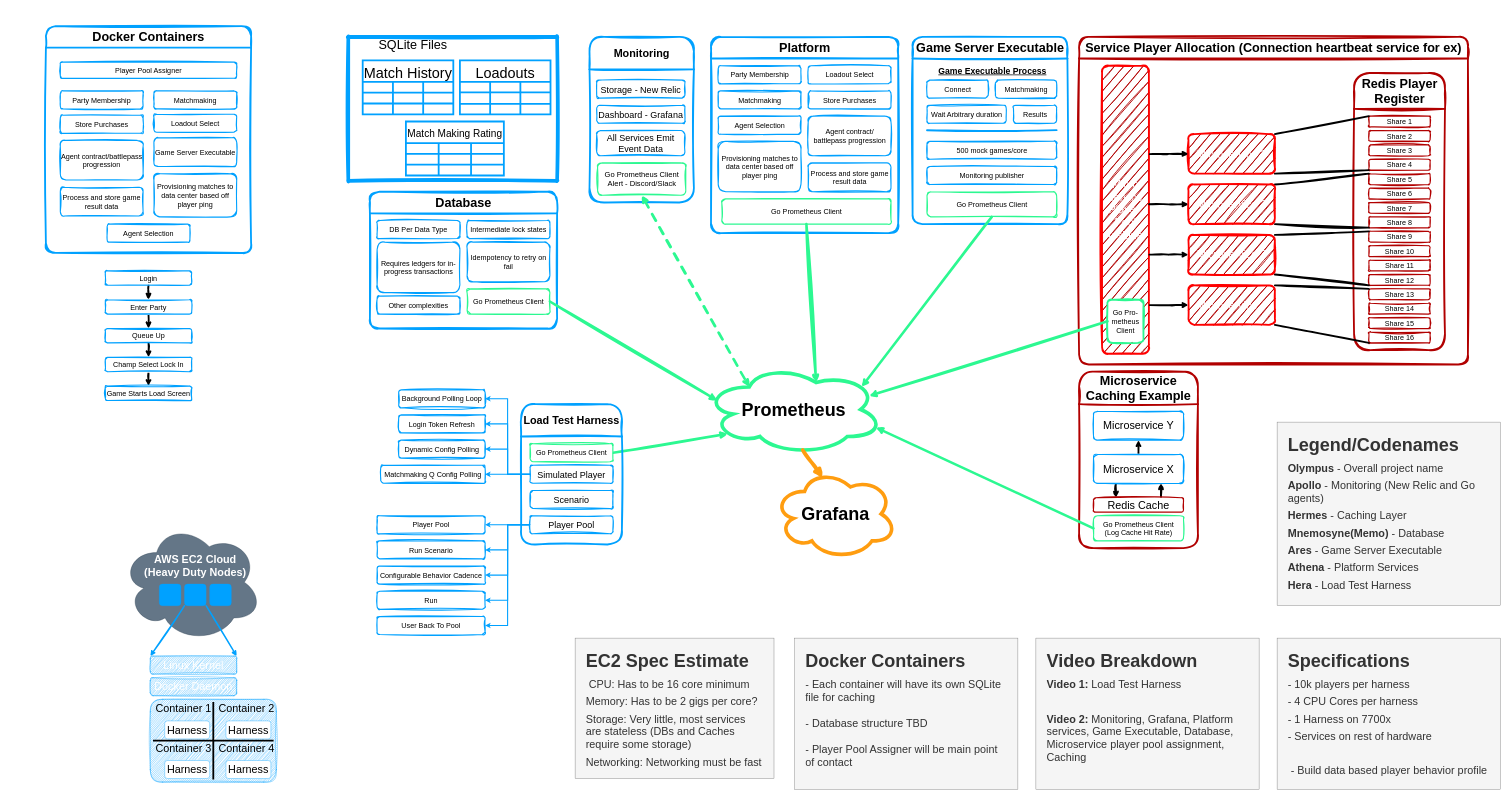
Above: page "Main Design Diagram" (2 of 5) of docs/Project Olympus.drawio in noahpop77/Olympus (draw.io), before the change. Source tidied: cells renumbered, new cells numbered last; positions are measured from the earlier drawing's top-left corner, leaving out a move shared by most shapes. Both pictures are drawn from the tidied source at 36%, with x=0, y=0 at pixel (46, 26).
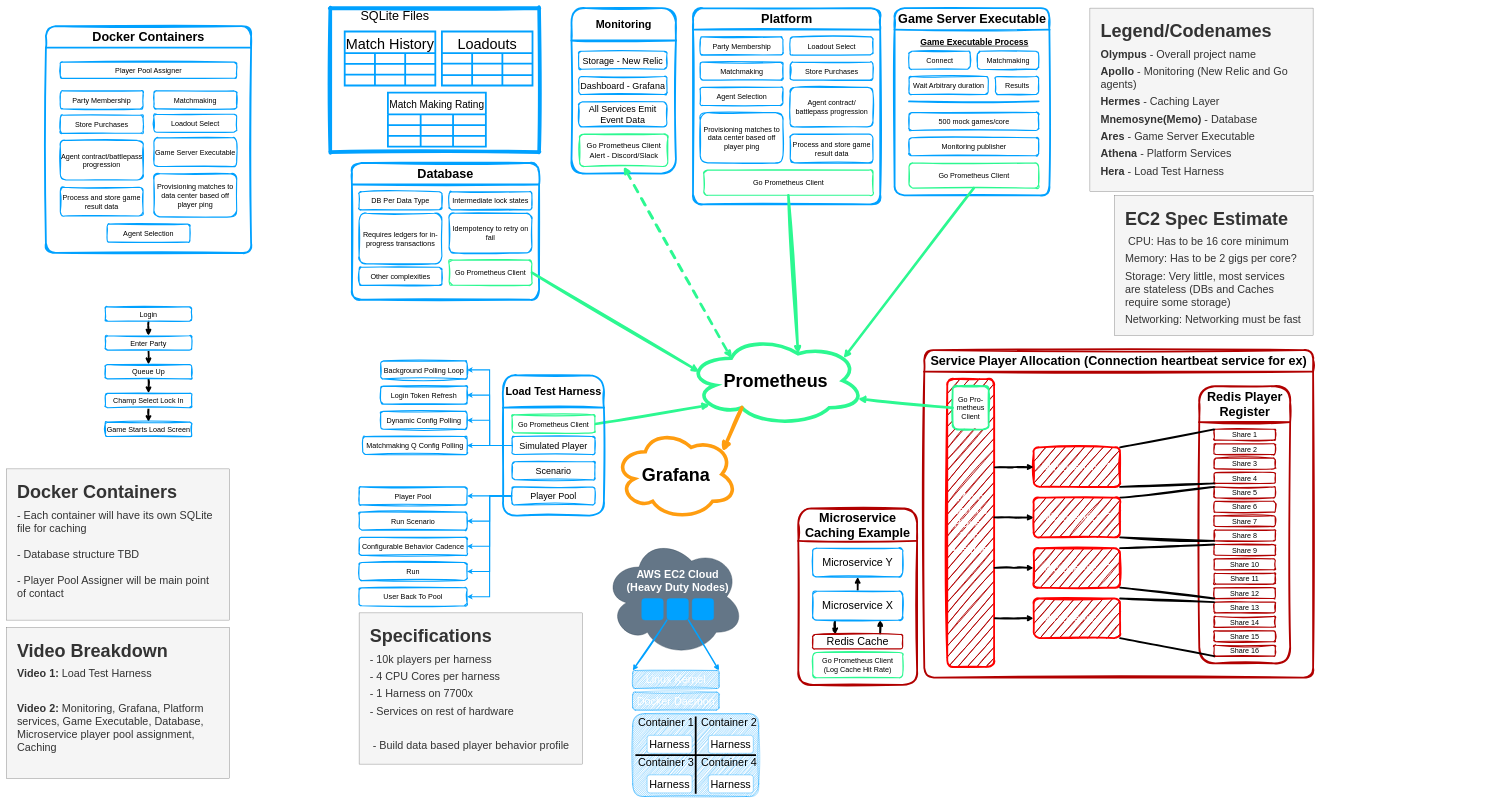
Above is the later version.

The change refers to these unchanged cells:
```xml
<mxCell id="146" value="Go Prometheus Client&lt;br&gt;&lt;div&gt;&lt;font&gt;(Log Cache Hit Rate)&lt;/font&gt;&lt;/div&gt;" style="rounded=1;whiteSpace=wrap;html=1;strokeColor=#2CF891;strokeWidth=3;sketch=1;curveFitting=1;jiggle=2;fontSize=20;" parent="139" vertex="1">
  <mxGeometry x="40" y="400" width="250" height="70" as="geometry" />
</mxCell>
```

The edit, as a diff of the source:
```diff
@@
     <mxCell id="2" value="&lt;font style=&quot;font-size: 35px;&quot;&gt;Platform&lt;/font&gt;" style="swimlane;whiteSpace=wrap;html=1;startSize=60;strokeWidth=5;strokeColor=#00A1FF;rounded=1;sketch=1;curveFitting=1;jiggle=2;" parent="1" vertex="1">
-      <mxGeometry x="1847.5" y="30" width="520" height="545" as="geometry" />
+      <mxGeometry x="1797.5" y="-50" width="520" height="545" as="geometry" />
     </mxCell>
@@
     <mxCell id="12" value="&lt;span style=&quot;font-size: 35px;&quot;&gt;Game Server Executable&lt;/span&gt;" style="swimlane;whiteSpace=wrap;html=1;startSize=60;strokeWidth=5;strokeColor=#00A1FF;rounded=1;sketch=1;curveFitting=1;jiggle=2;" parent="1" vertex="1">
-      <mxGeometry x="2407.5" y="30" width="430" height="520" as="geometry" />
+      <mxGeometry x="2357.5" y="-50" width="430" height="520" as="geometry" />
     </mxCell>
@@
     <mxCell id="22" value="&lt;font&gt;Monitoring&lt;/font&gt;" style="swimlane;whiteSpace=wrap;html=1;startSize=90;strokeWidth=5;strokeColor=#00A1FF;rounded=1;sketch=1;curveFitting=1;jiggle=2;fontSize=30;" parent="1" vertex="1">
-      <mxGeometry x="1510" y="30" width="290" height="460" as="geometry" />
+      <mxGeometry x="1460" y="-50" width="290" height="460" as="geometry" />
     </mxCell>
@@
     <mxCell id="27" style="group;" parent="1" vertex="1">
-      <mxGeometry x="210" y="1380" width="430" height="720" as="geometry" />
+      <mxGeometry x="1550" y="1420" width="430" height="720" as="geometry" />
     </mxCell>
@@
     <mxCell id="48" value="&lt;h1 style=&quot;margin-top: 0px;&quot;&gt;&lt;font style=&quot;font-size: 50px;&quot;&gt;Specifications&lt;/font&gt;&lt;/h1&gt;&lt;p&gt;&lt;span style=&quot;font-size: 30px;&quot;&gt;- 10k players per harness&lt;/span&gt;&lt;/p&gt;&lt;p&gt;&lt;span style=&quot;font-size: 30px;&quot;&gt;- 4 CPU Cores per harness&lt;/span&gt;&lt;/p&gt;&lt;p&gt;&lt;span style=&quot;font-size: 30px;&quot;&gt;- 1 Harness on 7700x&lt;/span&gt;&lt;/p&gt;&lt;p&gt;&lt;span style=&quot;font-size: 30px;&quot;&gt;- Services on rest of hardware&lt;/span&gt;&lt;/p&gt;&lt;p&gt;&lt;span style=&quot;font-size: 30px;&quot;&gt;&lt;br&gt;&lt;/span&gt;&lt;/p&gt;&lt;p&gt;&lt;span style=&quot;font-size: 30px;&quot;&gt;&amp;nbsp;- Build data based player behavior profile&lt;/span&gt;&lt;/p&gt;" style="text;html=1;whiteSpace=wrap;overflow=hidden;rounded=0;fillColor=#f5f5f5;strokeColor=#666666;fontColor=#333333;spacingTop=0;spacing=30;" parent="1" vertex="1">
-      <mxGeometry x="3420" y="1700" width="620" height="420" as="geometry" />
+      <mxGeometry x="870" y="1630" width="620" height="420" as="geometry" />
     </mxCell>
     <mxCell id="49" value="&lt;font style=&quot;font-size: 35px;&quot;&gt;Database&lt;/font&gt;" style="swimlane;whiteSpace=wrap;html=1;startSize=60;strokeWidth=5;strokeColor=#00A1FF;rounded=1;sketch=1;curveFitting=1;jiggle=2;" parent="1" vertex="1">
-      <mxGeometry x="900" y="460" width="520" height="380" as="geometry" />
+      <mxGeometry x="850" y="380" width="520" height="380" as="geometry" />
     </mxCell>
@@
     <mxCell id="56" value="Prometheus" style="ellipse;shape=cloud;whiteSpace=wrap;html=1;fillColor=default;strokeWidth=10;strokeColor=#2CF891;fontStyle=1;fontSize=50;" parent="1" vertex="1">
-      <mxGeometry x="1830" y="940" width="495" height="250" as="geometry" />
+      <mxGeometry x="1780" y="860" width="495" height="250" as="geometry" />
     </mxCell>
@@
     <mxCell id="61" style="group;" parent="1" vertex="1">
-      <mxGeometry x="840" y="30" width="580" height="400" as="geometry" />
+      <mxGeometry x="790" y="-50" width="580" height="400" as="geometry" />
     </mxCell>
@@
     <mxCell id="103" value="&lt;span style=&quot;font-size: 35px;&quot;&gt;Service Player Allocation (Connection heartbeat service for ex)&lt;/span&gt;" style="swimlane;whiteSpace=wrap;html=1;startSize=60;strokeWidth=5;strokeColor=#B10000;rounded=1;sketch=1;curveFitting=1;jiggle=2;" parent="1" vertex="1">
-      <mxGeometry x="2870" y="30" width="1080" height="910" as="geometry" />
+      <mxGeometry x="2440" y="900" width="1080" height="910" as="geometry" />
     </mxCell>
@@
     <mxCell id="138" value="Go Pro-&lt;div&gt;metheus Client&lt;/div&gt;" style="rounded=1;whiteSpace=wrap;html=1;strokeColor=#2CF891;strokeWidth=5;fontSize=20;sketch=1;curveFitting=1;jiggle=2;" parent="103" vertex="1">
-      <mxGeometry x="78.8" y="730" width="100" height="120" as="geometry" />
+      <mxGeometry x="78.8" y="100" width="100" height="120" as="geometry" />
     </mxCell>
     <mxCell id="139" value="&lt;span style=&quot;font-size: 35px;&quot;&gt;Microservice Caching Example&lt;/span&gt;" style="swimlane;whiteSpace=wrap;html=1;startSize=90;strokeWidth=5;strokeColor=#B10000;rounded=1;sketch=1;curveFitting=1;jiggle=2;" parent="1" vertex="1">
-      <mxGeometry x="2870" y="960" width="330" height="490" as="geometry" />
+      <mxGeometry x="2090" y="1340" width="330" height="490" as="geometry" />
     </mxCell>
@@
     <mxCell id="147" value="&lt;font&gt;Grafana&lt;/font&gt;" style="ellipse;shape=cloud;whiteSpace=wrap;html=1;fillColor=default;strokeWidth=10;strokeColor=#FF9D10;fontStyle=1;fontSize=50;" parent="1" vertex="1">
-      <mxGeometry x="2022.5" y="1230" width="340" height="250" as="geometry" />
+      <mxGeometry x="1580" y="1120" width="340" height="250" as="geometry" />
     </mxCell>
-    <mxCell id="148" style="rounded=0;jettySize=auto;html=1;exitX=0.55;exitY=0.95;exitDx=0;exitDy=0;exitPerimeter=0;entryX=0.4;entryY=0.1;entryDx=0;entryDy=0;entryPerimeter=0;sketch=1;curveFitting=1;jiggle=2;strokeWidth=10;strokeColor=#FF9D10;fontStyle=1;fontSize=50;" parent="1" edge="1" source="56" target="147">
+    <mxCell id="148" style="rounded=0;jettySize=auto;html=1;exitX=0.31;exitY=0.8;exitDx=0;exitDy=0;exitPerimeter=0;entryX=0.88;entryY=0.25;entryDx=0;entryDy=0;entryPerimeter=0;sketch=1;curveFitting=1;jiggle=2;strokeWidth=10;strokeColor=#FF9D10;fontStyle=1;fontSize=50;" parent="1" edge="1" source="56" target="147">
       <mxGeometry relative="1" as="geometry" />
     </mxCell>
-    <mxCell id="149" style="rounded=0;jettySize=auto;html=1;exitX=0;exitY=0.5;exitDx=0;exitDy=0;entryX=0.922;entryY=0.349;entryDx=0;entryDy=0;entryPerimeter=0;sketch=1;curveFitting=1;jiggle=2;strokeWidth=7;strokeColor=#2CF891;" parent="1" edge="1" source="138" target="56">
+    <mxCell id="149" style="rounded=0;jettySize=auto;html=1;exitX=0;exitY=0.5;exitDx=0;exitDy=0;entryX=0.96;entryY=0.7;entryDx=0;entryDy=0;entryPerimeter=0;sketch=1;curveFitting=1;jiggle=2;strokeWidth=7;strokeColor=#2CF891;" parent="1" edge="1" source="138" target="56">
       <mxGeometry relative="1" as="geometry" />
     </mxCell>
@@
-    <mxCell id="151" style="rounded=0;jettySize=auto;html=1;exitX=0;exitY=0.5;exitDx=0;exitDy=0;entryX=0.96;entryY=0.7;entryDx=0;entryDy=0;entryPerimeter=0;strokeWidth=7;strokeColor=#2CF891;sketch=1;curveFitting=1;jiggle=2;" parent="1" edge="1" source="146" target="56">
-      <mxGeometry relative="1" as="geometry" />
-    </mxCell>
     <mxCell id="152" value="&lt;h1 style=&quot;margin-top: 0px;&quot;&gt;&lt;font style=&quot;font-size: 50px;&quot;&gt;EC2 Spec Estimate&lt;/font&gt;&lt;/h1&gt;&lt;p&gt;&lt;span style=&quot;font-size: 30px;&quot;&gt;&amp;nbsp;CPU: Has to be 16 core minimum&lt;/span&gt;&lt;/p&gt;&lt;p&gt;&lt;span style=&quot;font-size: 30px;&quot;&gt;Memory: Has to be 2 gigs per core?&lt;/span&gt;&lt;/p&gt;&lt;p&gt;&lt;span style=&quot;font-size: 30px;&quot;&gt;Storage: Very little, most services are stateless (DBs and Caches require some storage)&lt;/span&gt;&lt;/p&gt;&lt;p&gt;&lt;span style=&quot;font-size: 30px;&quot;&gt;Networking: Networking must be fast&lt;/span&gt;&lt;/p&gt;&lt;p&gt;&lt;span style=&quot;font-size: 30px;&quot;&gt;&lt;br&gt;&lt;/span&gt;&lt;/p&gt;" style="text;html=1;whiteSpace=wrap;overflow=hidden;rounded=0;fillColor=#f5f5f5;strokeColor=#666666;fontColor=#333333;spacingTop=0;spacing=30;" parent="1" vertex="1">
-      <mxGeometry x="1470" y="1700" width="552.5" height="390" as="geometry" />
+      <mxGeometry x="2967.5" y="470" width="552.5" height="390" as="geometry" />
     </mxCell>
     <mxCell id="153" value="&lt;h1 style=&quot;margin-top: 0px;&quot;&gt;&lt;font style=&quot;font-size: 50px;&quot;&gt;Legend/Codenames&lt;/font&gt;&lt;/h1&gt;&lt;p&gt;&lt;span style=&quot;font-size: 30px;&quot;&gt;&lt;b&gt;Olympus&lt;/b&gt;&amp;nbsp;- Overall project name&lt;/span&gt;&lt;/p&gt;&lt;p&gt;&lt;span style=&quot;font-size: 30px;&quot;&gt;&lt;b&gt;Apollo&amp;nbsp;&lt;/b&gt;- Monitoring (New Relic and Go agents)&lt;/span&gt;&lt;/p&gt;&lt;p&gt;&lt;span style=&quot;font-size: 30px;&quot;&gt;&lt;b&gt;Hermes&amp;nbsp;&lt;/b&gt;- Caching Layer&lt;/span&gt;&lt;/p&gt;&lt;p&gt;&lt;span style=&quot;background-color: transparent; font-size: 30px;&quot;&gt;&lt;b&gt;Mnemosyne(Memo)&amp;nbsp;&lt;/b&gt;&lt;/span&gt;&lt;span style=&quot;font-size: 30px;&quot;&gt;- Database&lt;/span&gt;&lt;/p&gt;&lt;p&gt;&lt;span style=&quot;font-size: 30px;&quot;&gt;&lt;b&gt;Ares &lt;/b&gt;-&lt;b&gt; &lt;/b&gt;Game Server Executable&lt;/span&gt;&lt;/p&gt;&lt;p&gt;&lt;span style=&quot;font-size: 30px;&quot;&gt;&lt;b&gt;Athena&lt;/b&gt;&amp;nbsp;- Platform Services&lt;/span&gt;&lt;/p&gt;&lt;p&gt;&lt;span style=&quot;font-size: 30px;&quot;&gt;&lt;b&gt;Hera &lt;/b&gt;- Load Test Harness&lt;/span&gt;&lt;/p&gt;" style="text;html=1;whiteSpace=wrap;overflow=hidden;rounded=0;fillColor=#f5f5f5;strokeColor=#666666;fontColor=#333333;spacingTop=0;spacing=30;glass=0;shadow=0;" parent="1" vertex="1">
-      <mxGeometry x="3420" y="1100" width="620" height="510" as="geometry" />
+      <mxGeometry x="2900" y="-50" width="620" height="510" as="geometry" />
     </mxCell>
     <mxCell id="154" value="&lt;h1 style=&quot;margin-top: 0px;&quot;&gt;&lt;font style=&quot;font-size: 50px;&quot;&gt;Docker Containers&lt;/font&gt;&lt;/h1&gt;&lt;div&gt;&lt;span style=&quot;font-size: 30px;&quot;&gt;- Each container will have its own SQLite file for caching&lt;/span&gt;&lt;br&gt;&lt;/div&gt;&lt;div&gt;&lt;span style=&quot;font-size: 30px;&quot;&gt;&lt;br&gt;&lt;/span&gt;&lt;/div&gt;&lt;div&gt;&lt;span style=&quot;font-size: 30px;&quot;&gt;- Database structure TBD&lt;/span&gt;&lt;/div&gt;&lt;div&gt;&lt;span style=&quot;font-size: 30px;&quot;&gt;&lt;br&gt;&lt;/span&gt;&lt;/div&gt;&lt;div&gt;&lt;span style=&quot;font-size: 30px;&quot;&gt;- Player Pool Assigner will be main point of contact&lt;/span&gt;&lt;/div&gt;" style="text;html=1;whiteSpace=wrap;overflow=hidden;rounded=0;fillColor=#f5f5f5;strokeColor=#666666;fontColor=#333333;spacingTop=0;spacing=30;" parent="1" vertex="1">
-      <mxGeometry x="2080" y="1700" width="620" height="420" as="geometry" />
+      <mxGeometry x="-110" y="1230" width="620" height="420" as="geometry" />
     </mxCell>
     <mxCell id="155" value="&lt;font&gt;Load Test Harness&lt;/font&gt;" style="swimlane;whiteSpace=wrap;html=1;startSize=90;strokeWidth=5;strokeColor=#00A1FF;rounded=1;sketch=1;curveFitting=1;jiggle=2;fontSize=30;" parent="1" vertex="1">
-      <mxGeometry x="1320" y="1050" width="280" height="390" as="geometry" />
+      <mxGeometry x="1270" y="970" width="280" height="390" as="geometry" />
     </mxCell>
@@
     <mxCell id="178" value="&lt;h1 style=&quot;margin-top: 0px;&quot;&gt;&lt;font style=&quot;font-size: 50px;&quot;&gt;Video Breakdown&lt;/font&gt;&lt;/h1&gt;&lt;p&gt;&lt;span style=&quot;font-size: 30px;&quot;&gt;&lt;b&gt;Video 1:&lt;/b&gt; Load Test Harness&lt;br&gt;&lt;/span&gt;&lt;/p&gt;&lt;p&gt;&lt;span style=&quot;font-size: 30px;&quot;&gt;&lt;br&gt;&lt;/span&gt;&lt;/p&gt;&lt;p&gt;&lt;span style=&quot;font-size: 30px;&quot;&gt;&lt;b&gt;Video 2:&lt;/b&gt; Monitoring, Grafana, Platform services, Game Executable, Database, Microservice player pool assignment, Caching&lt;/span&gt;&lt;/p&gt;" style="text;html=1;whiteSpace=wrap;overflow=hidden;rounded=0;fillColor=#f5f5f5;strokeColor=#666666;fontColor=#333333;spacingTop=0;spacing=30;" parent="1" vertex="1">
-      <mxGeometry x="2750" y="1700" width="620" height="420" as="geometry" />
+      <mxGeometry x="-110" y="1670" width="620" height="420" as="geometry" />
     </mxCell>
@@
     <mxCell id="191" value="&lt;font&gt;Login&lt;/font&gt;" style="rounded=1;whiteSpace=wrap;html=1;strokeColor=#00A1FF;strokeWidth=3;sketch=1;curveFitting=1;jiggle=2;fontSize=20;" parent="1" vertex="1">
-      <mxGeometry x="165" y="680" width="240" height="40" as="geometry" />
+      <mxGeometry x="165" y="780" width="240" height="40" as="geometry" />
     </mxCell>
@@
     <mxCell id="193" value="&lt;font&gt;Enter Party&lt;/font&gt;" style="rounded=1;whiteSpace=wrap;html=1;strokeColor=#00A1FF;strokeWidth=3;sketch=1;curveFitting=1;jiggle=2;fontSize=20;" parent="1" vertex="1">
-      <mxGeometry x="165" y="760" width="240" height="40" as="geometry" />
+      <mxGeometry x="165" y="860" width="240" height="40" as="geometry" />
     </mxCell>
@@
     <mxCell id="195" value="&lt;font&gt;Queue Up&lt;/font&gt;" style="rounded=1;whiteSpace=wrap;html=1;strokeColor=#00A1FF;strokeWidth=3;sketch=1;curveFitting=1;jiggle=2;fontSize=20;" parent="1" vertex="1">
-      <mxGeometry x="165" y="840" width="240" height="40" as="geometry" />
+      <mxGeometry x="165" y="940" width="240" height="40" as="geometry" />
     </mxCell>
@@
     <mxCell id="197" value="&lt;font&gt;Champ Select Lock In&lt;/font&gt;" style="rounded=1;whiteSpace=wrap;html=1;strokeColor=#00A1FF;strokeWidth=3;sketch=1;curveFitting=1;jiggle=2;fontSize=20;" parent="1" vertex="1">
-      <mxGeometry x="165" y="920" width="240" height="40" as="geometry" />
+      <mxGeometry x="165" y="1020" width="240" height="40" as="geometry" />
     </mxCell>
     <mxCell id="198" value="&lt;font&gt;Game Starts Load Screen&lt;/font&gt;" style="rounded=1;whiteSpace=wrap;html=1;strokeColor=#00A1FF;strokeWidth=3;sketch=1;curveFitting=1;jiggle=2;fontSize=20;" parent="1" vertex="1">
-      <mxGeometry x="165" y="1000" width="240" height="40" as="geometry" />
+      <mxGeometry x="165" y="1100" width="240" height="40" as="geometry" />
     </mxCell>
```
